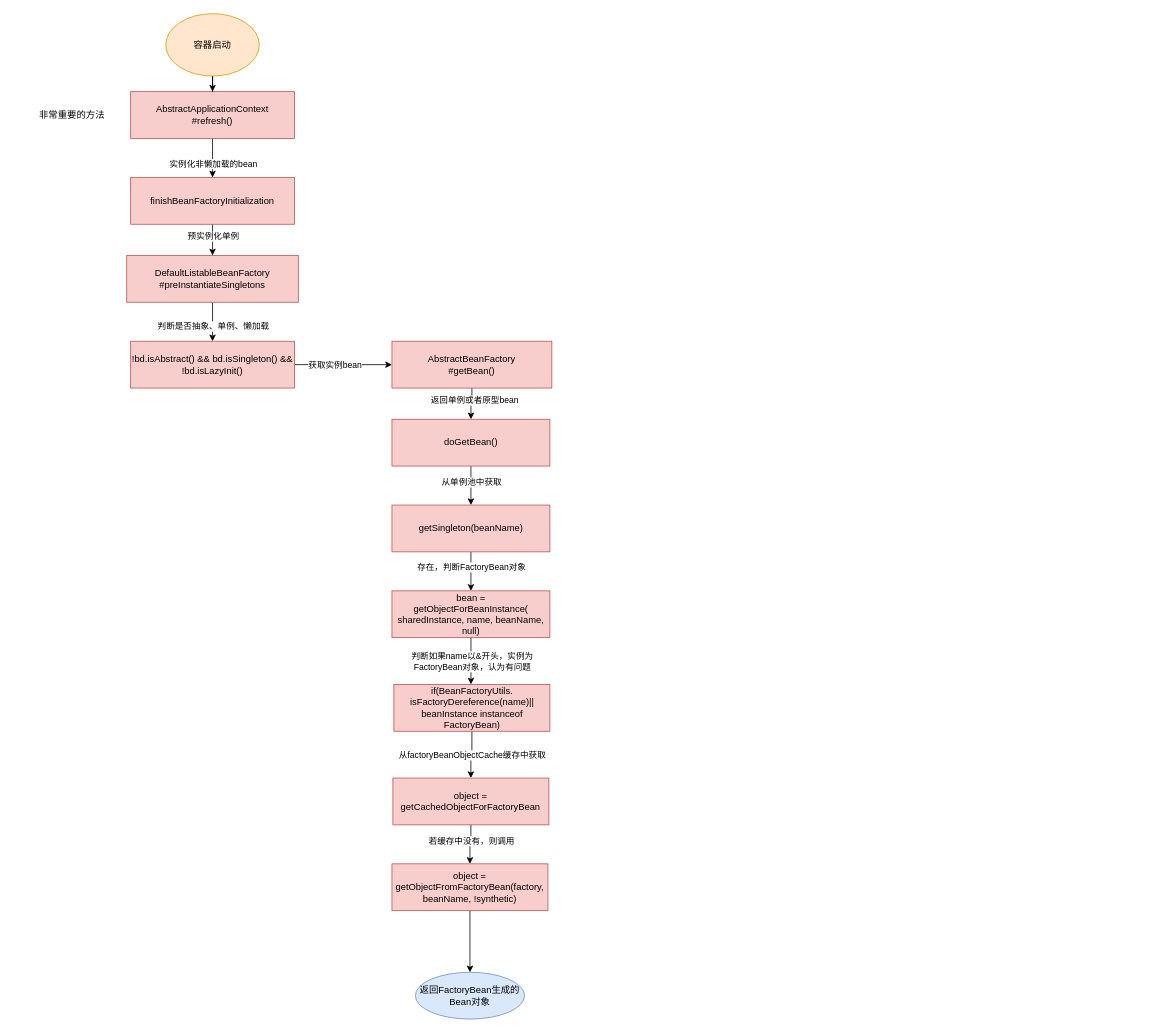
linbingxing/mind keeps this draw.io diagram as SpringBean生命周期.drawio. Above is the earlier version. Source tidied: cells renumbered, new cells numbered last; positions are measured from the earlier drawing's top-left corner, leaving out a move shared by most shapes. Both pictures are drawn from the tidied source at 78%, with x=0, y=0 at pixel (13, 13).
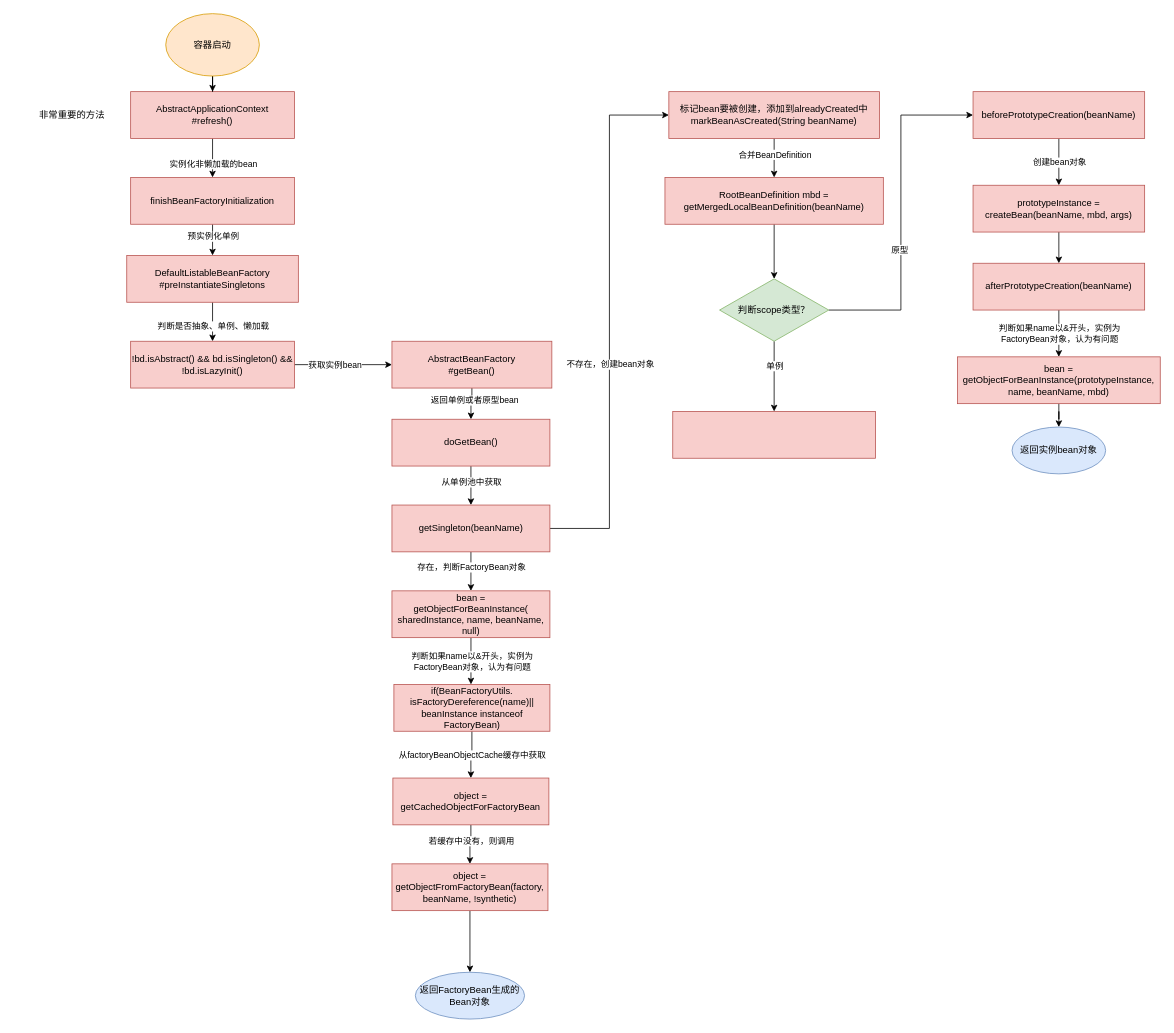
The same diagram, later.

Commit message (it also covers changes not shown here):
更新SpringBean生命周期.drawio

Unchanged cells that the change refers to:
```xml
<mxCell id="25" value="getSingleton(beanName)" style="whiteSpace=wrap;html=1;fillColor=#f8cecc;strokeColor=#b85450;rounded=0;" parent="1" vertex="1">
  <mxGeometry x="485" y="630" width="202.5" height="60" as="geometry" />
</mxCell>
```

What changed in the source:
```diff
@@
+    <mxCell id="38" style="edgeStyle=orthogonalEdgeStyle;rounded=0;jettySize=auto;html=1;entryX=0;entryY=0.5;entryDx=0;entryDy=0;" parent="1" edge="1" source="25" target="42">
+      <mxGeometry relative="1" as="geometry" />
+    </mxCell>
+    <mxCell id="39" value="不存在，创建bean对象" style="edgeLabel;html=1;align=center;verticalAlign=middle;" parent="38" vertex="1">
+      <mxGeometry x="-0.16" y="-1" relative="1" as="geometry" />
+    </mxCell>
@@
+    <mxCell id="40" style="edgeStyle=orthogonalEdgeStyle;rounded=0;jettySize=auto;html=1;" parent="1" edge="1" source="42" target="44">
+      <mxGeometry relative="1" as="geometry" />
+    </mxCell>
+    <mxCell id="41" value="合并BeanDefinition" style="edgeLabel;html=1;align=center;verticalAlign=middle;" parent="40" vertex="1">
+      <mxGeometry x="-0.31" relative="1" as="geometry">
+        <mxPoint y="3" as="offset" />
+      </mxGeometry>
+    </mxCell>
+    <mxCell id="42" value="标记bean要被创建，添加到alreadyCreated中&lt;br&gt;markBeanAsCreated(String beanName)" style="whiteSpace=wrap;html=1;fillColor=#f8cecc;strokeColor=#b85450;rounded=0;" parent="1" vertex="1">
+      <mxGeometry x="840" y="100" width="270" height="60" as="geometry" />
+    </mxCell>
+    <mxCell id="43" style="edgeStyle=orthogonalEdgeStyle;rounded=0;jettySize=auto;html=1;" parent="1" edge="1" source="44" target="49">
+      <mxGeometry relative="1" as="geometry" />
+    </mxCell>
+    <mxCell id="44" value="RootBeanDefinition mbd = getMergedLocalBeanDefinition(beanName)" style="whiteSpace=wrap;html=1;fillColor=#f8cecc;strokeColor=#b85450;rounded=0;" parent="1" vertex="1">
+      <mxGeometry x="835" y="210" width="280" height="60" as="geometry" />
+    </mxCell>
+    <mxCell id="45" style="edgeStyle=orthogonalEdgeStyle;rounded=0;jettySize=auto;html=1;" parent="1" edge="1" source="49" target="50">
+      <mxGeometry relative="1" as="geometry" />
+    </mxCell>
+    <mxCell id="46" value="单例" style="edgeLabel;html=1;align=center;verticalAlign=middle;" parent="45" vertex="1">
+      <mxGeometry x="-0.3" relative="1" as="geometry" />
+    </mxCell>
+    <mxCell id="47" style="edgeStyle=orthogonalEdgeStyle;rounded=0;jettySize=auto;html=1;entryX=0;entryY=0.5;entryDx=0;entryDy=0;" parent="1" edge="1" source="49" target="53">
+      <mxGeometry relative="1" as="geometry" />
+    </mxCell>
+    <mxCell id="48" value="原型" style="edgeLabel;html=1;align=center;verticalAlign=middle;" parent="47" vertex="1">
+      <mxGeometry x="-0.22" y="2" relative="1" as="geometry" />
+    </mxCell>
+    <mxCell id="49" value="判断scope类型？" style="rhombus;whiteSpace=wrap;html=1;fillColor=#d5e8d4;strokeColor=#82b366;rounded=0;" parent="1" vertex="1">
+      <mxGeometry x="905" y="340" width="140" height="80" as="geometry" />
+    </mxCell>
+    <mxCell id="50" style="whiteSpace=wrap;html=1;fillColor=#f8cecc;strokeColor=#b85450;rounded=0;" parent="1" vertex="1">
+      <mxGeometry x="845" y="510" width="260" height="60" as="geometry" />
+    </mxCell>
+    <mxCell id="51" style="edgeStyle=orthogonalEdgeStyle;rounded=0;jettySize=auto;html=1;" parent="1" edge="1" source="53" target="55">
+      <mxGeometry relative="1" as="geometry" />
+    </mxCell>
+    <mxCell id="52" value="创建bean对象" style="edgeLabel;html=1;align=center;verticalAlign=middle;" parent="51" vertex="1">
+      <mxGeometry x="-0.26" y="-1" relative="1" as="geometry">
+        <mxPoint x="1" y="8" as="offset" />
+      </mxGeometry>
+    </mxCell>
+    <mxCell id="53" value="beforePrototypeCreation(beanName)" style="whiteSpace=wrap;html=1;fillColor=#f8cecc;strokeColor=#b85450;rounded=0;" parent="1" vertex="1">
+      <mxGeometry x="1230" y="100" width="220" height="60" as="geometry" />
+    </mxCell>
+    <mxCell id="54" style="edgeStyle=orthogonalEdgeStyle;rounded=0;jettySize=auto;html=1;" parent="1" edge="1" source="55" target="58">
+      <mxGeometry relative="1" as="geometry" />
+    </mxCell>
+    <mxCell id="55" value="prototypeInstance = createBean(beanName, mbd, args)" style="whiteSpace=wrap;html=1;fillColor=#f8cecc;strokeColor=#b85450;rounded=0;" parent="1" vertex="1">
+      <mxGeometry x="1230" y="220" width="220" height="60" as="geometry" />
+    </mxCell>
+    <mxCell id="56" style="edgeStyle=orthogonalEdgeStyle;rounded=0;jettySize=auto;html=1;" parent="1" edge="1" source="58" target="60">
+      <mxGeometry relative="1" as="geometry" />
+    </mxCell>
+    <mxCell id="57" value="判断如果name以&amp;amp;开头，实例为&lt;br&gt;FactoryBean对象，认为有问题" style="edgeLabel;html=1;align=center;verticalAlign=middle;" parent="56" vertex="1">
+      <mxGeometry x="-0.26" relative="1" as="geometry">
+        <mxPoint y="8" as="offset" />
+      </mxGeometry>
+    </mxCell>
+    <mxCell id="58" value="afterPrototypeCreation(beanName)" style="whiteSpace=wrap;html=1;fillColor=#f8cecc;strokeColor=#b85450;rounded=0;" parent="1" vertex="1">
+      <mxGeometry x="1230" y="320" width="220" height="60" as="geometry" />
+    </mxCell>
+    <mxCell id="59" style="edgeStyle=orthogonalEdgeStyle;rounded=0;jettySize=auto;html=1;" parent="1" edge="1" source="60" target="61">
+      <mxGeometry relative="1" as="geometry" />
+    </mxCell>
+    <mxCell id="60" value="bean = getObjectForBeanInstance(prototypeInstance, name, beanName, mbd)" style="whiteSpace=wrap;html=1;fillColor=#f8cecc;strokeColor=#b85450;rounded=0;" parent="1" vertex="1">
+      <mxGeometry x="1210" y="440" width="260" height="60" as="geometry" />
+    </mxCell>
+    <mxCell id="61" value="返回实例bean对象" style="ellipse;whiteSpace=wrap;html=1;fillColor=#dae8fc;strokeColor=#6c8ebf;rounded=0;" parent="1" vertex="1">
+      <mxGeometry x="1280" y="530" width="120" height="60" as="geometry" />
+    </mxCell>
```
